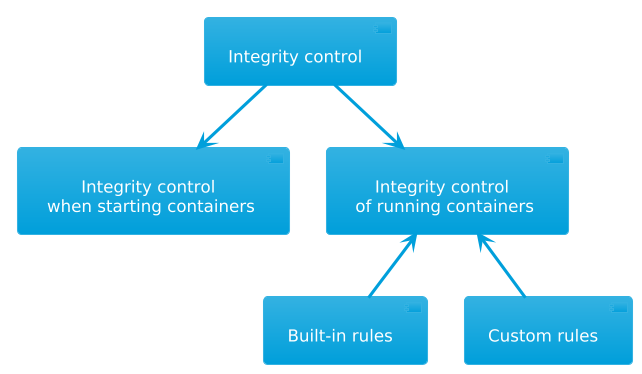
Earlier version of the PlantUML export docs/documentation/images/architecture/security/integrity-control-user-applications-en.png (deckhouse/deckhouse). Its source is kept beside it as docs/documentation/images/architecture/security/integrity-control-user-applications-en.puml. Its diagram source:
```plantuml
@startuml
!theme bluegray
skinparam DefaultFontSize 16
skinparam ArrowFontStyle italic
skinparam DefaultTextAlignment center
skinparam backgroundColor transparent
skinparam Shadowing false

[Integrity control] --> [Integrity control\n when starting containers]
[Integrity control] --> [Integrity control\n of running containers]
[Integrity control\n of running containers] <-- [Built-in rules]
[Integrity control\n of running containers] <-- [Custom rules]
@enduml
```
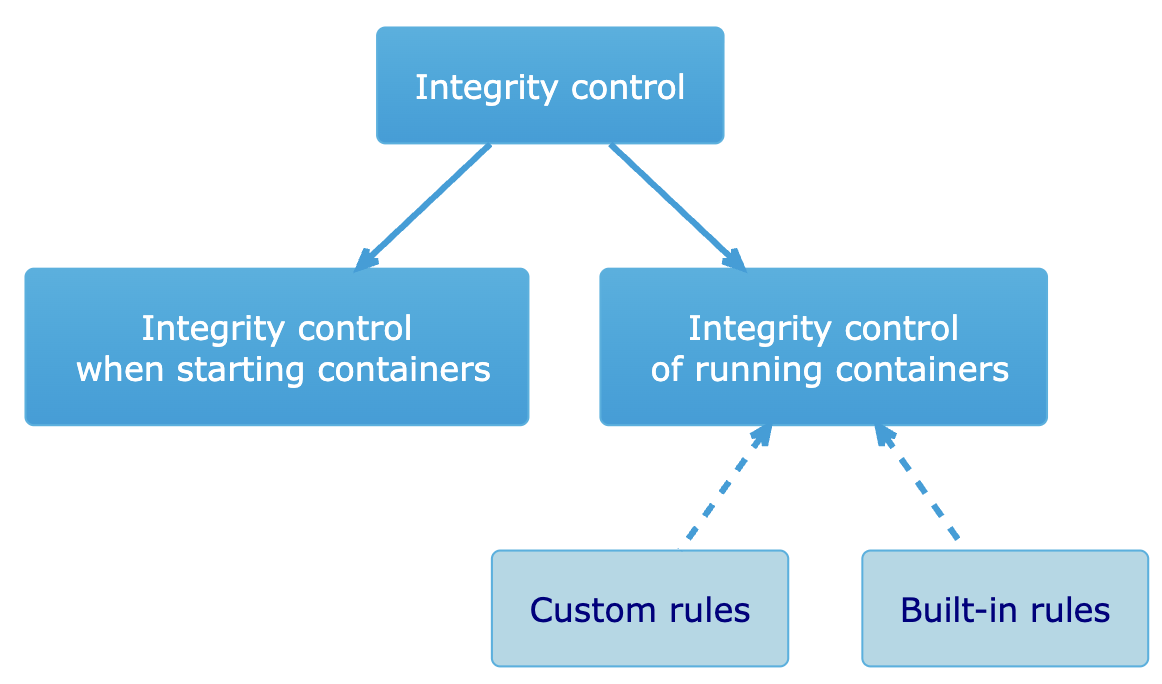
The same file after the commit.

Change to the diagram source:
```diff
@@ -5,9 +5,13 @@
 skinparam DefaultTextAlignment center
 skinparam backgroundColor transparent
 skinparam Shadowing false
+skinparam componentStyle rectangle
+
+component "<color:navy>Custom rules</color>" as UR #LightBlue
+component "<color:navy>Built-in rules</color>" as InR #LightBlue
 
 [Integrity control] --> [Integrity control\n when starting containers]
 [Integrity control] --> [Integrity control\n of running containers]
-[Integrity control\n of running containers] <-- [Built-in rules]
-[Integrity control\n of running containers] <-- [Custom rules]
+[Integrity control\n of running containers] <.. InR
+[Integrity control\n of running containers] <.. UR
 @enduml
```
